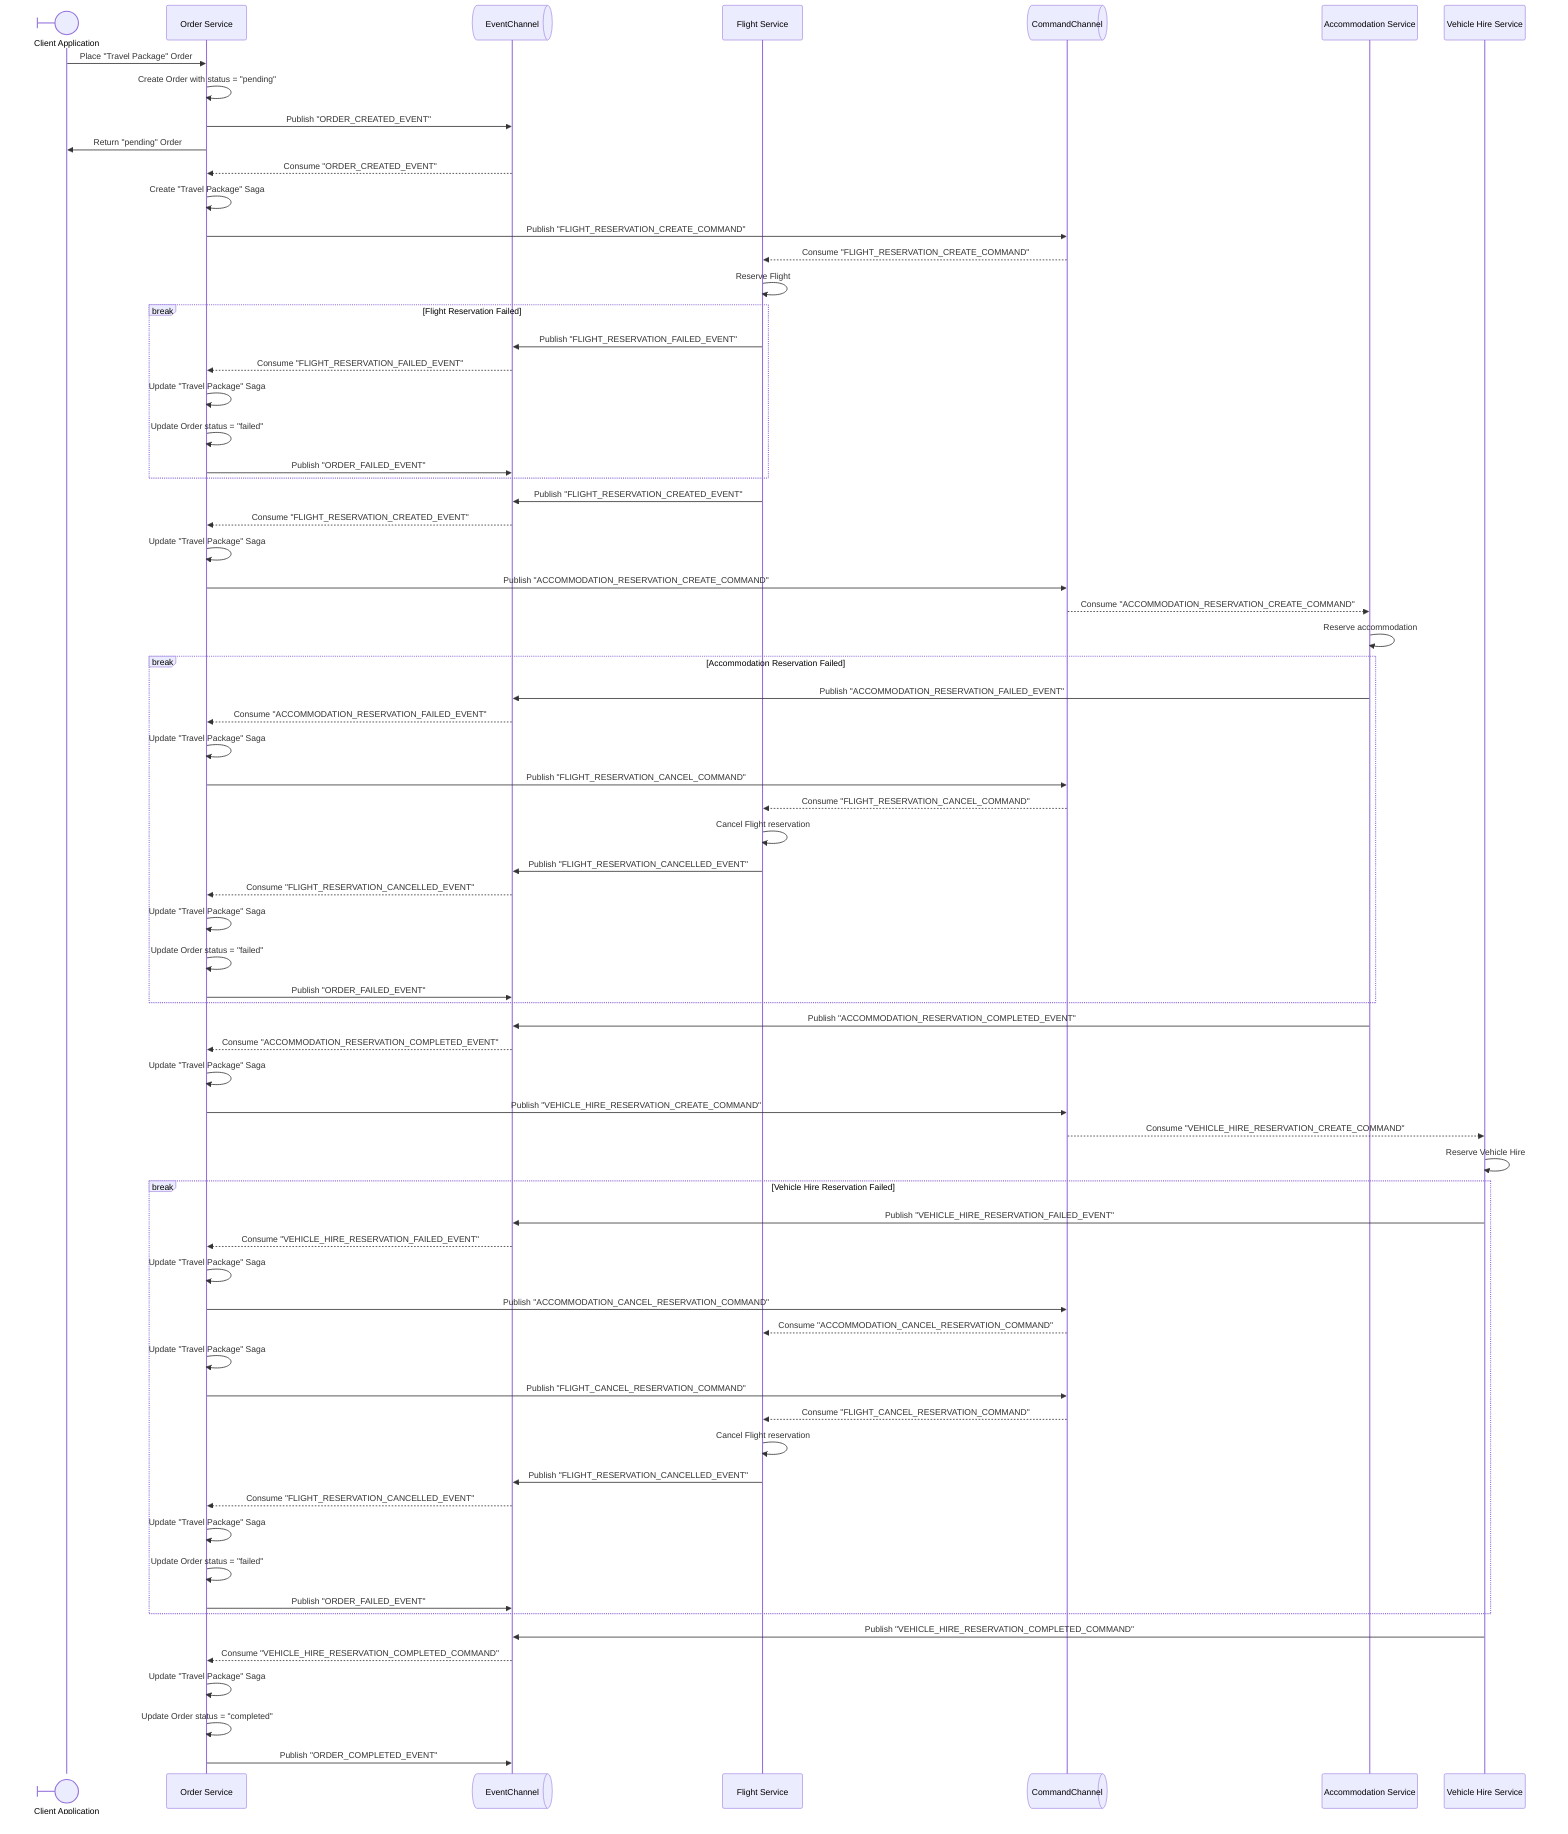
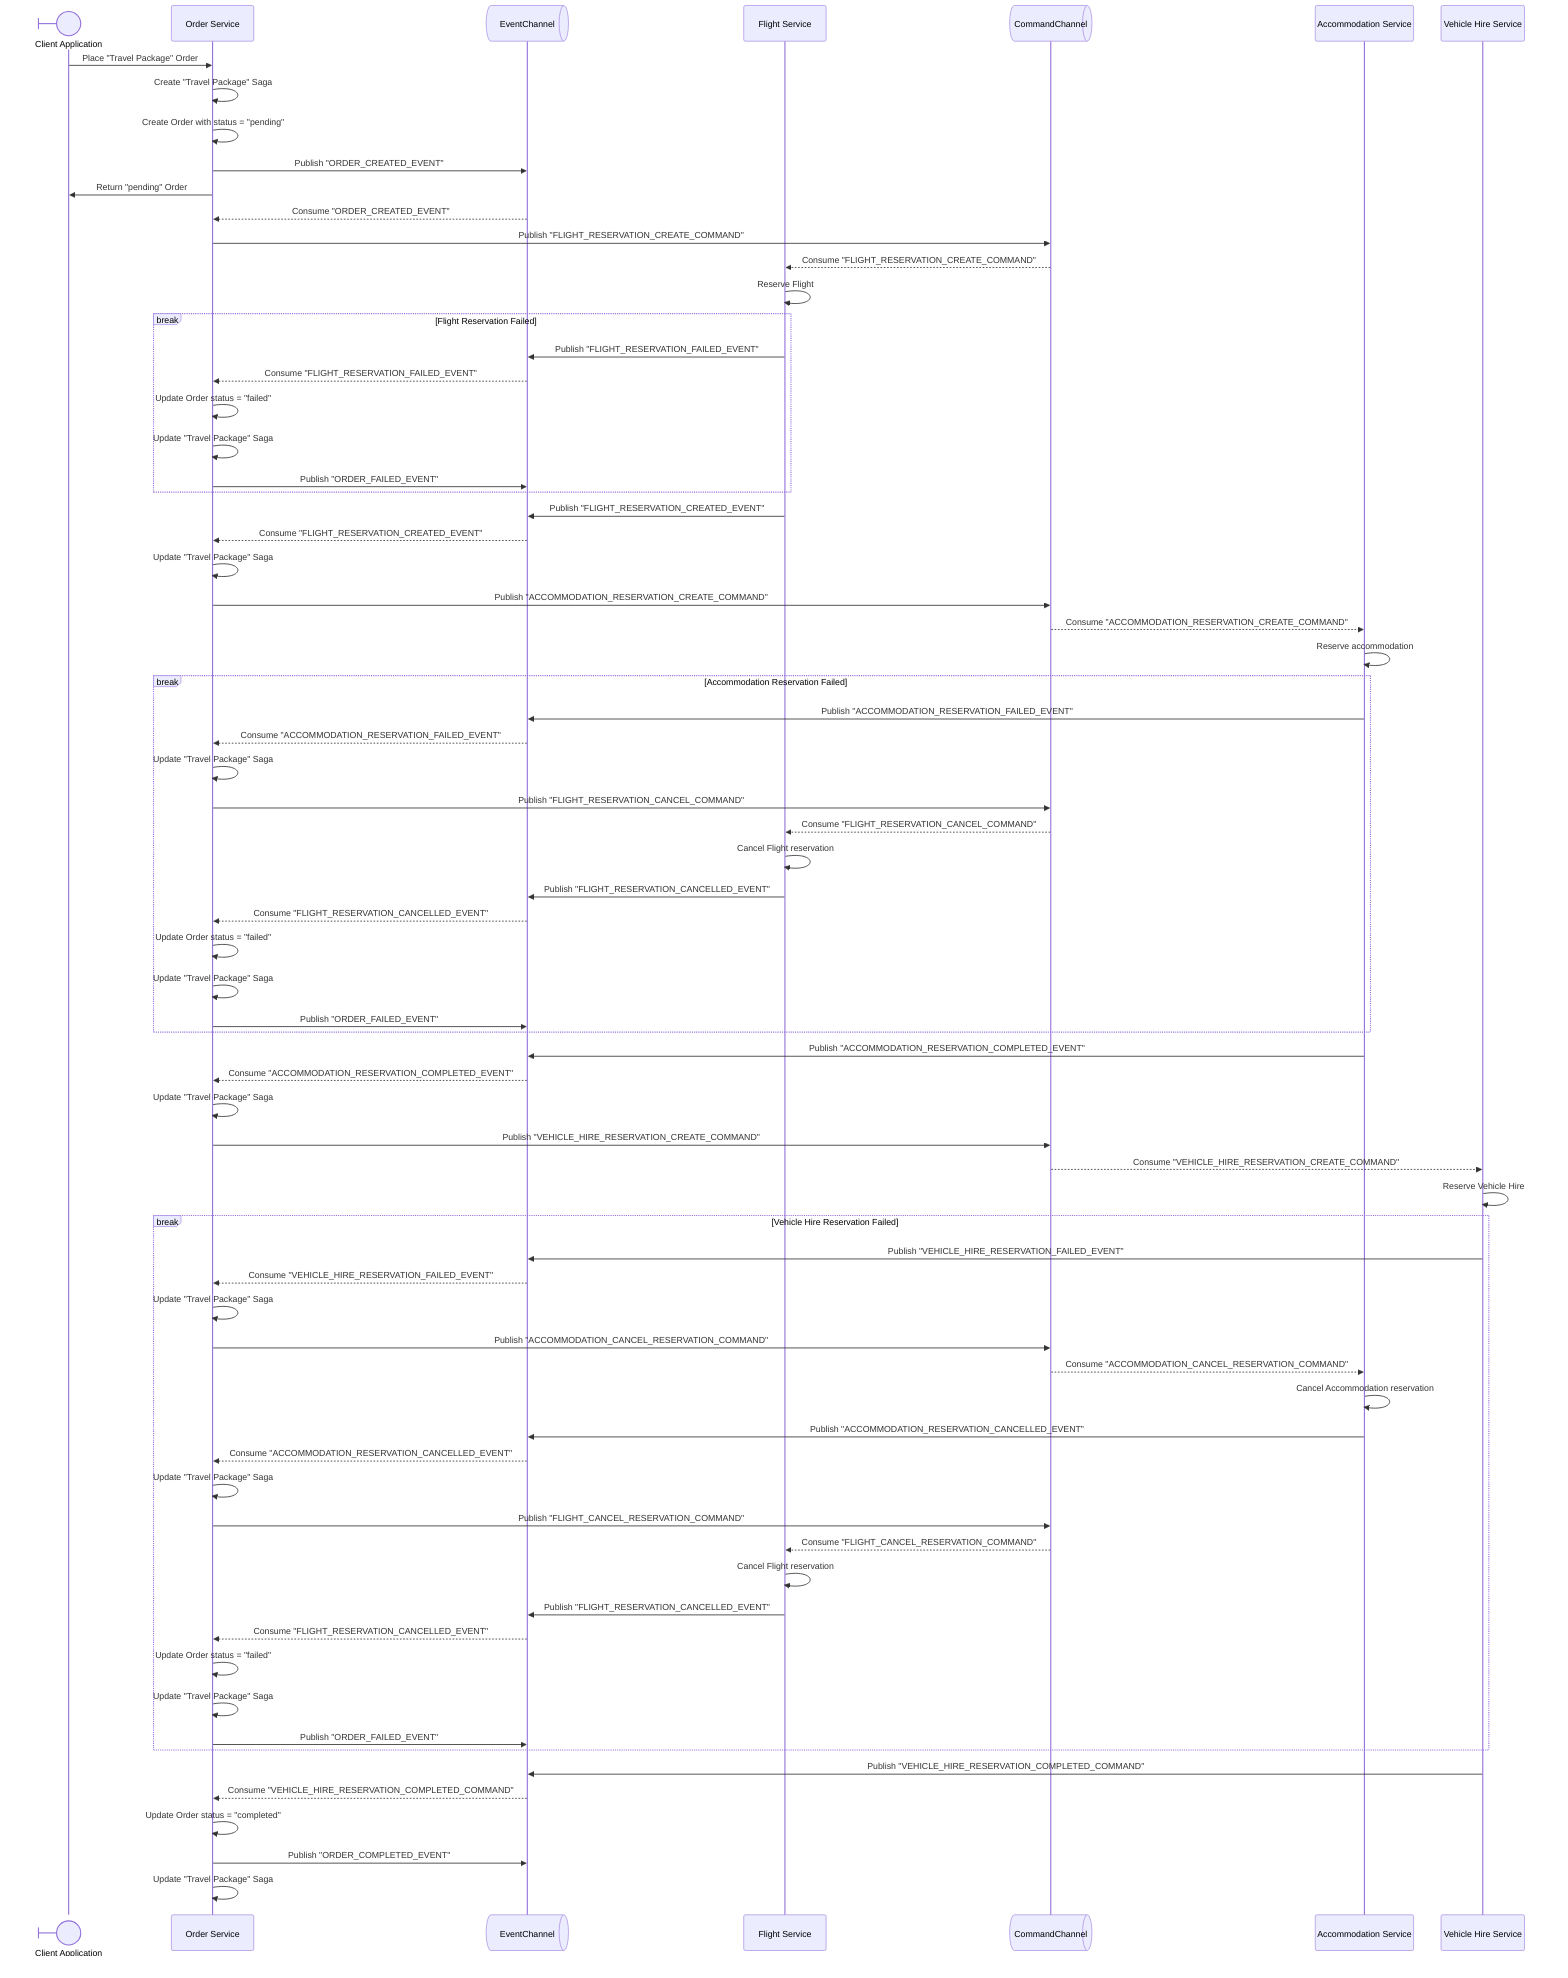
sequenceDiagram
-     participant Client@{ "type": "boundary"} as Client Application
+     participant Client@{ "type": "boundary" } as Client Application
    participant OrderService as Order Service
    participant EventChannel@{ "type": "queue" }
    participant FlightService as Flight Service
    participant CommandChannel@{ "type": "queue" }
    participant AccommodationService as Accommodation Service
    participant VehicleHireService as Vehicle Hire Service
    Client->>OrderService: Place "Travel Package" Order
+     OrderService->>OrderService: Create "Travel Package" Saga
    OrderService->>OrderService: Create Order with status = "pending"
    OrderService->>EventChannel: Publish "ORDER_CREATED_EVENT"
    OrderService->>Client: Return "pending" Order
    EventChannel-->>OrderService: Consume "ORDER_CREATED_EVENT"
-     OrderService->>OrderService: Create "Travel Package" Saga
    OrderService->>CommandChannel: Publish "FLIGHT_RESERVATION_CREATE_COMMAND"
    CommandChannel-->>FlightService: Consume "FLIGHT_RESERVATION_CREATE_COMMAND"
    FlightService->>FlightService: Reserve Flight
    break Flight Reservation Failed
        FlightService->>EventChannel: Publish "FLIGHT_RESERVATION_FAILED_EVENT"
        EventChannel-->>OrderService: Consume "FLIGHT_RESERVATION_FAILED_EVENT"
+         OrderService->>OrderService: Update Order status = "failed"
        OrderService->>OrderService: Update "Travel Package" Saga
-         OrderService->>OrderService: Update Order status = "failed"
        OrderService->>EventChannel: Publish "ORDER_FAILED_EVENT"
    end
    FlightService->>EventChannel: Publish "FLIGHT_RESERVATION_CREATED_EVENT"
    EventChannel-->>OrderService: Consume "FLIGHT_RESERVATION_CREATED_EVENT"
    OrderService->>OrderService: Update "Travel Package" Saga
    OrderService->>CommandChannel: Publish "ACCOMMODATION_RESERVATION_CREATE_COMMAND"
    CommandChannel-->>AccommodationService: Consume "ACCOMMODATION_RESERVATION_CREATE_COMMAND"
    AccommodationService->>AccommodationService: Reserve accommodation
    break Accommodation Reservation Failed
        AccommodationService->>EventChannel: Publish "ACCOMMODATION_RESERVATION_FAILED_EVENT"
        EventChannel-->>OrderService: Consume "ACCOMMODATION_RESERVATION_FAILED_EVENT"
        OrderService->>OrderService: Update "Travel Package" Saga
        OrderService->>CommandChannel: Publish "FLIGHT_RESERVATION_CANCEL_COMMAND"
        CommandChannel-->>FlightService: Consume "FLIGHT_RESERVATION_CANCEL_COMMAND"
        FlightService->>FlightService: Cancel Flight reservation
        FlightService->>EventChannel: Publish "FLIGHT_RESERVATION_CANCELLED_EVENT"
        EventChannel-->>OrderService: Consume "FLIGHT_RESERVATION_CANCELLED_EVENT"
+         OrderService->>OrderService: Update Order status = "failed"
        OrderService->>OrderService: Update "Travel Package" Saga
-         OrderService->>OrderService: Update Order status = "failed"
        OrderService->>EventChannel: Publish "ORDER_FAILED_EVENT"
    end
    AccommodationService->>EventChannel: Publish "ACCOMMODATION_RESERVATION_COMPLETED_EVENT"
    EventChannel-->>OrderService: Consume "ACCOMMODATION_RESERVATION_COMPLETED_EVENT"
    OrderService->>OrderService: Update "Travel Package" Saga
    OrderService->>CommandChannel: Publish "VEHICLE_HIRE_RESERVATION_CREATE_COMMAND"
    CommandChannel-->>VehicleHireService: Consume "VEHICLE_HIRE_RESERVATION_CREATE_COMMAND"
    VehicleHireService->>VehicleHireService: Reserve Vehicle Hire
    break Vehicle Hire Reservation Failed
        VehicleHireService->>EventChannel: Publish "VEHICLE_HIRE_RESERVATION_FAILED_EVENT"
        EventChannel-->>OrderService: Consume "VEHICLE_HIRE_RESERVATION_FAILED_EVENT"
        OrderService->>OrderService: Update "Travel Package" Saga
        OrderService->>CommandChannel: Publish "ACCOMMODATION_CANCEL_RESERVATION_COMMAND"
-         CommandChannel-->>FlightService: Consume "ACCOMMODATION_CANCEL_RESERVATION_COMMAND"
+         CommandChannel-->>AccommodationService: Consume "ACCOMMODATION_CANCEL_RESERVATION_COMMAND"
+         AccommodationService->>AccommodationService: Cancel Accommodation reservation
+         AccommodationService->>EventChannel: Publish "ACCOMMODATION_RESERVATION_CANCELLED_EVENT"
+         EventChannel-->>OrderService: Consume "ACCOMMODATION_RESERVATION_CANCELLED_EVENT"
        OrderService->>OrderService: Update "Travel Package" Saga
        OrderService->>CommandChannel: Publish "FLIGHT_CANCEL_RESERVATION_COMMAND"
        CommandChannel-->>FlightService: Consume "FLIGHT_CANCEL_RESERVATION_COMMAND"
        FlightService->>FlightService: Cancel Flight reservation
        FlightService->>EventChannel: Publish "FLIGHT_RESERVATION_CANCELLED_EVENT"
        EventChannel-->>OrderService: Consume "FLIGHT_RESERVATION_CANCELLED_EVENT"
+         OrderService->>OrderService: Update Order status = "failed"
        OrderService->>OrderService: Update "Travel Package" Saga
-         OrderService->>OrderService: Update Order status = "failed"
        OrderService->>EventChannel: Publish "ORDER_FAILED_EVENT"
    end
    VehicleHireService->>EventChannel: Publish "VEHICLE_HIRE_RESERVATION_COMPLETED_COMMAND"
    EventChannel-->>OrderService: Consume "VEHICLE_HIRE_RESERVATION_COMPLETED_COMMAND"
-     OrderService->>OrderService: Update "Travel Package" Saga
    OrderService->>OrderService: Update Order status = "completed"
    OrderService->>EventChannel: Publish "ORDER_COMPLETED_EVENT"
- 
+     OrderService->>OrderService: Update "Travel Package" Saga
